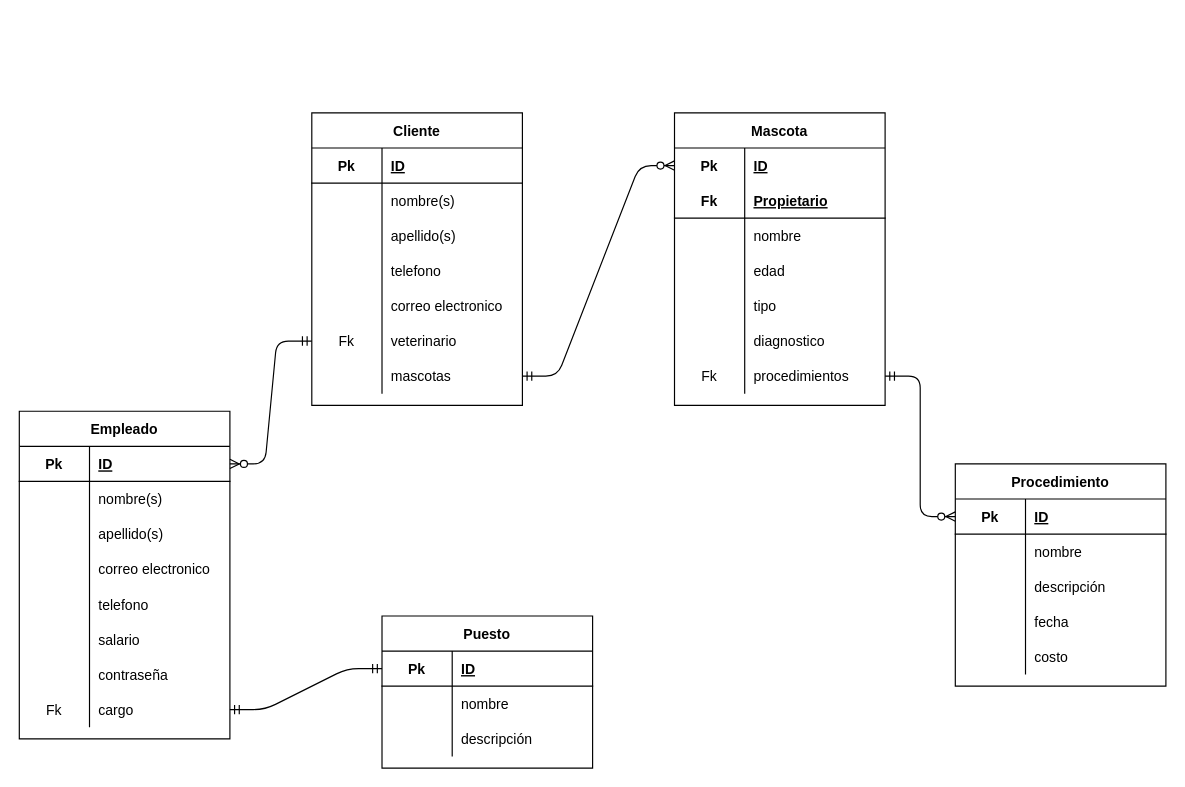
Above: page "modeloEntidadRelacion" (2 of 3) of Diagramas.drawio in NataliaPerez08/proyectoETE (draw.io), before the change. Source tidied: cells renumbered, new cells numbered last; positions are measured from the earlier drawing's top-left corner, leaving out a move shared by most shapes. Both pictures are drawn from the tidied source at 117%, with x=0, y=0 at pixel (19, 112).
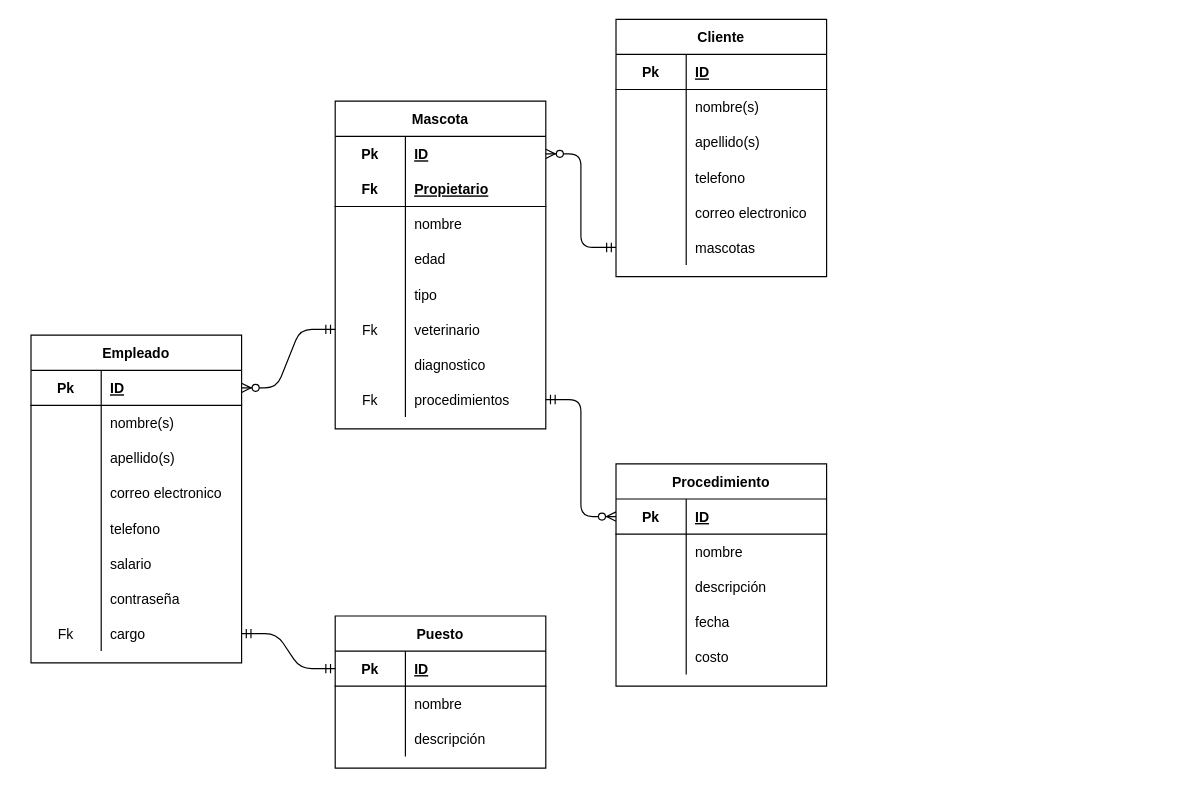
Above is the later version.

Change to the diagram source:
```diff
@@
     <mxCell id="2" value="Cliente" style="shape=table;startSize=30;childLayout=tableLayout;rowLines=0;fontStyle=1;align=center;" parent="1" vertex="1">
-      <mxGeometry x="250" width="180" height="250" as="geometry" />
+      <mxGeometry x="510" y="-80" width="180" height="220" as="geometry" />
     </mxCell>
@@
-    <mxCell id="18" style="shape=partialRectangle;fillColor=none;top=0;left=0;bottom=0;right=0;points=[[0,0.5],[1,0.5]];portConstraint=eastwest;" parent="2" vertex="1">
-      <mxGeometry y="180" width="180" height="30" as="geometry" />
-    </mxCell>
-    <mxCell id="19" value="Fk" style="shape=partialRectangle;fillColor=none;top=0;left=0;bottom=0;right=0;overflow=hidden;" parent="18" vertex="1">
-      <mxGeometry width="60" height="30" as="geometry" />
-    </mxCell>
-    <mxCell id="20" value="veterinario" style="shape=partialRectangle;fillColor=none;top=0;left=0;bottom=0;right=0;align=left;spacingLeft=6;overflow=hidden;" parent="18" vertex="1">
-      <mxGeometry x="60" width="120" height="30" as="geometry" />
-    </mxCell>
     <mxCell id="21" style="shape=partialRectangle;fillColor=none;top=0;left=0;bottom=0;right=0;points=[[0,0.5],[1,0.5]];portConstraint=eastwest;" parent="2" vertex="1">
-      <mxGeometry y="210" width="180" height="30" as="geometry" />
+      <mxGeometry y="180" width="180" height="30" as="geometry" />
     </mxCell>
@@
     <mxCell id="24" value="Empleado" style="shape=table;startSize=30;childLayout=tableLayout;rowLines=0;fontStyle=1;align=center;" parent="1" vertex="1">
-      <mxGeometry y="255" width="180" height="280" as="geometry" />
+      <mxGeometry x="10" y="190" width="180" height="280" as="geometry" />
     </mxCell>
@@
     <mxCell id="49" value="Procedimiento" style="shape=table;startSize=30;childLayout=tableLayout;rowLines=0;fontStyle=1;align=center;" parent="1" vertex="1">
-      <mxGeometry x="800" y="300" width="180" height="190" as="geometry" />
+      <mxGeometry x="510" y="300" width="180" height="190" as="geometry" />
     </mxCell>
@@
     <mxCell id="65" value="Mascota" style="shape=table;startSize=30;childLayout=tableLayout;rowLines=0;fontStyle=1;align=center;" parent="1" vertex="1">
-      <mxGeometry x="560" width="180" height="250" as="geometry" />
+      <mxGeometry x="270" y="-10" width="180" height="280" as="geometry" />
     </mxCell>
@@
+    <mxCell id="18" style="shape=partialRectangle;fillColor=none;top=0;left=0;bottom=0;right=0;points=[[0,0.5],[1,0.5]];portConstraint=eastwest;" parent="65" vertex="1">
+      <mxGeometry y="180" width="180" height="30" as="geometry" />
+    </mxCell>
+    <mxCell id="19" value="Fk" style="shape=partialRectangle;fillColor=none;top=0;left=0;bottom=0;right=0;overflow=hidden;" parent="18" vertex="1">
+      <mxGeometry width="60" height="30" as="geometry" />
+    </mxCell>
+    <mxCell id="20" value="veterinario" style="shape=partialRectangle;fillColor=none;top=0;left=0;bottom=0;right=0;align=left;spacingLeft=6;overflow=hidden;" parent="18" vertex="1">
+      <mxGeometry x="60" width="120" height="30" as="geometry" />
+    </mxCell>
     <mxCell id="81" style="shape=partialRectangle;fillColor=none;top=0;left=0;bottom=0;right=0;" parent="65" vertex="1">
-      <mxGeometry y="180" width="180" height="30" as="geometry" />
+      <mxGeometry y="210" width="180" height="30" as="geometry" />
     </mxCell>
@@
     <mxCell id="84" style="shape=partialRectangle;fillColor=none;top=0;left=0;bottom=0;right=0;points=[[0,0.5],[1,0.5]];portConstraint=eastwest;" parent="65" vertex="1">
-      <mxGeometry y="210" width="180" height="30" as="geometry" />
+      <mxGeometry y="240" width="180" height="30" as="geometry" />
     </mxCell>
@@
     <mxCell id="90" value="Puesto" style="shape=table;startSize=30;childLayout=tableLayout;rowLines=0;fontStyle=1;align=center;" parent="1" vertex="1">
-      <mxGeometry x="310" y="430" width="180" height="130" as="geometry" />
+      <mxGeometry x="270" y="430" width="180" height="130" as="geometry" />
     </mxCell>
```
